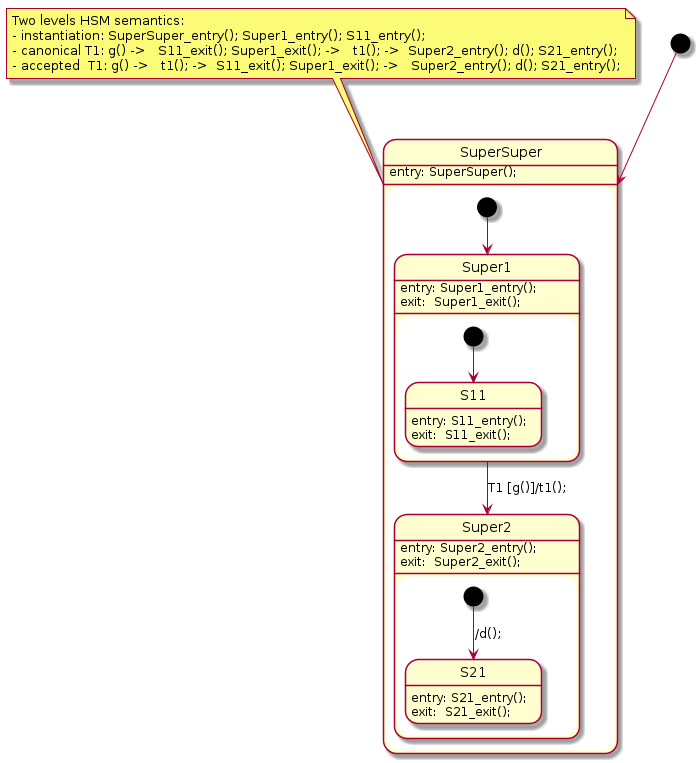
Above: plantuml/hsm/hsm2.png in melintea/upml (PlantUML), before the change. Its source is kept beside it as plantuml/hsm/hsm2.plantuml.
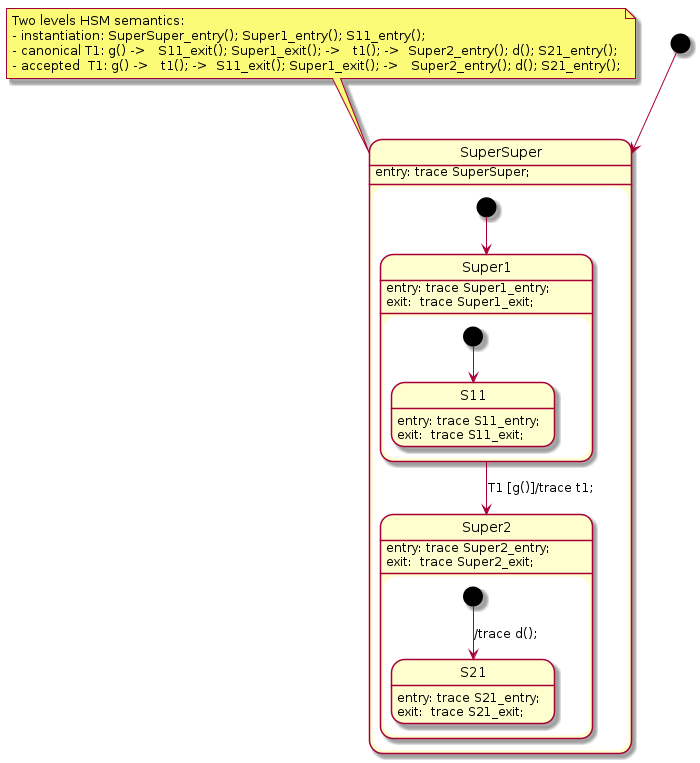
The same file after the commit.

Commit message:
trace action

The edit, as a diff of the source:
```diff
@@ -11,26 +11,26 @@
 
   state Super1 {
       [*] --> S11
-      Super1: entry: Super1_entry();
-      Super1: exit:  Super1_exit();
+      Super1: entry: trace Super1_entry;
+      Super1: exit:  trace Super1_exit;
 
-      S11: entry: S11_entry();
-      S11: exit:  S11_exit();
+      S11: entry: trace S11_entry;
+      S11: exit:  trace S11_exit;
   }
 
   state Super2 {
-      [*] --> S21: /d();
-      Super2: entry: Super2_entry();
-      Super2: exit:  Super2_exit();
+      [*] --> S21: /trace d();
+      Super2: entry: trace Super2_entry;
+      Super2: exit:  trace Super2_exit;
 
-      S21: entry: S21_entry();
-      S21: exit:  S21_exit();
+      S21: entry: trace S21_entry;
+      S21: exit:  trace S21_exit;
   }
 
   [*] --> Super1
-  SuperSuper: entry: SuperSuper();
+  SuperSuper: entry: trace SuperSuper;
 
-  Super1 --> Super2 : T1 [g()]/t1();
+  Super1 --> Super2 : T1 [g()]/trace t1;
 
 }
 
```
